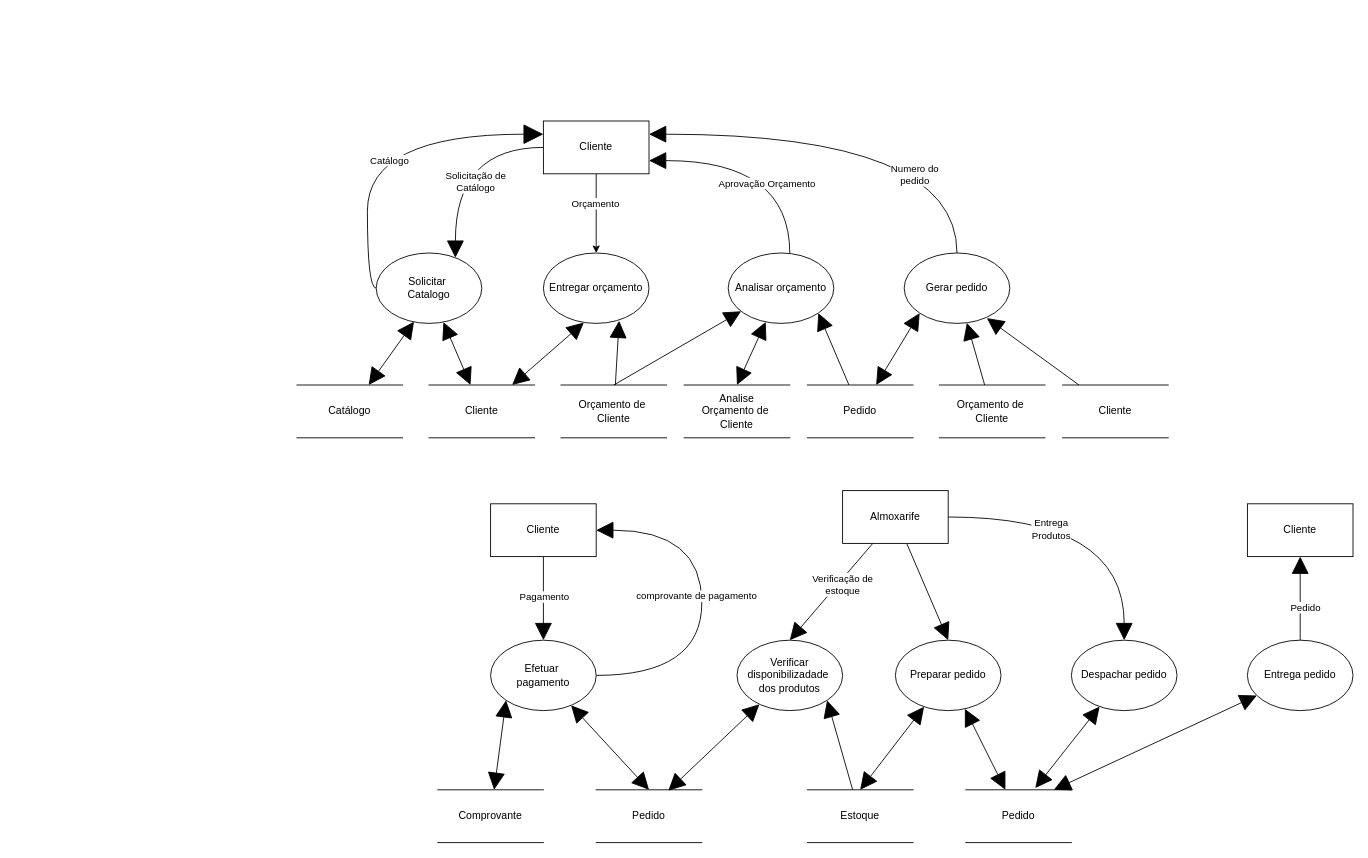
Earlier version of the draw.io diagram Documentation/DFD Essencial para cada Capacidade/DFD Criar Pedido.drawio (Systematicos/FindingApp). Source tidied: cells renumbered, new cells numbered last; positions are measured from the earlier drawing's top-left corner, leaving out a move shared by most shapes. Both pictures are drawn from the tidied source at 88%, with x=0, y=0 at pixel (297, 121).
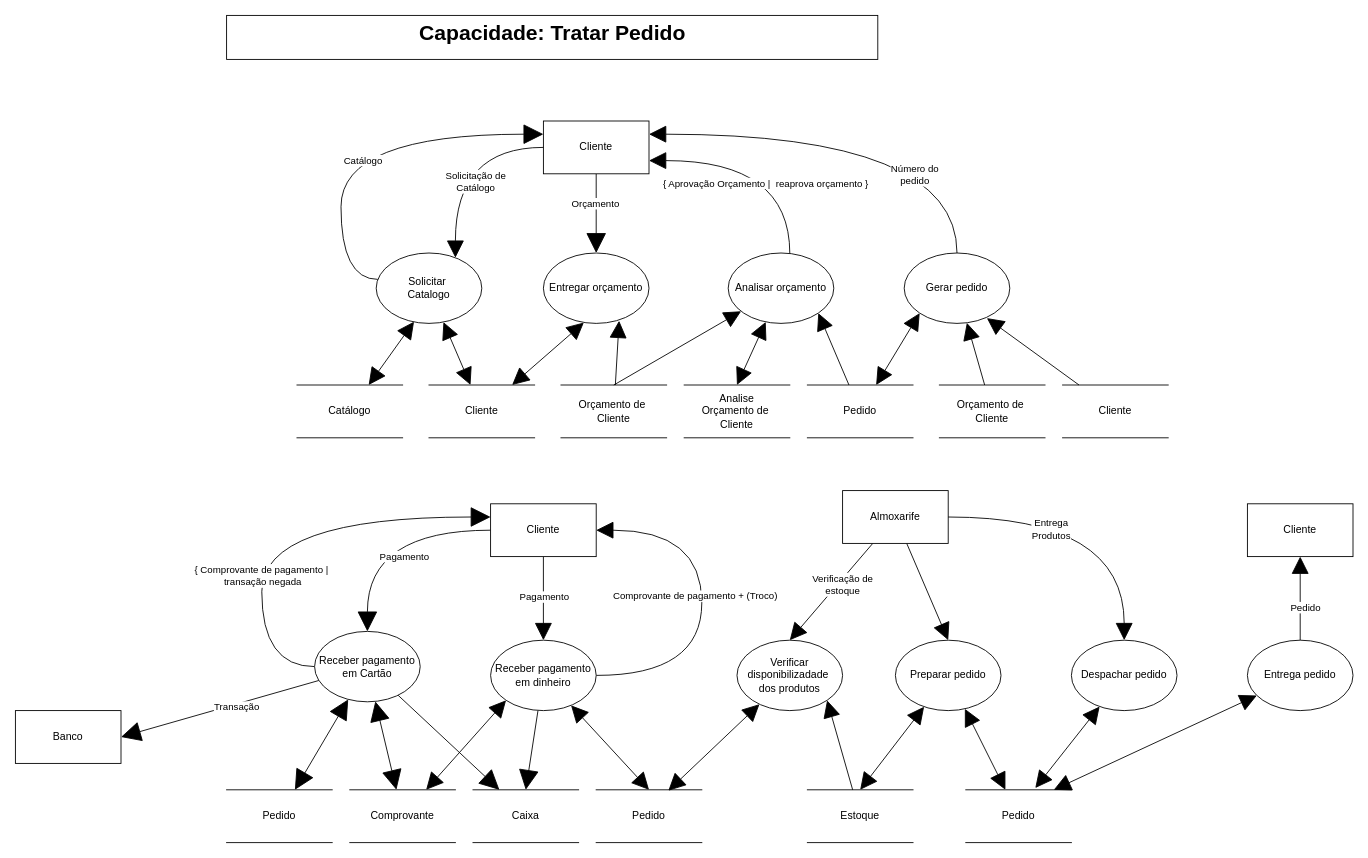
After the change.

The change refers to these unchanged cells:
```xml
<mxCell id="4" value="Cliente" style="rounded=0;whiteSpace=wrap;html=1;" parent="1" vertex="1">
  <mxGeometry x="280" width="120" height="60" as="geometry" />
</mxCell>
<mxCell id="5" value="Entregar orçamento" style="ellipse;whiteSpace=wrap;html=1;" parent="1" vertex="1">
  <mxGeometry x="280" y="150" width="120" height="80" as="geometry" />
</mxCell>
<mxCell id="11" style="edgeStyle=orthogonalEdgeStyle;rounded=0;jettySize=auto;html=1;entryX=1;entryY=0.75;entryDx=0;entryDy=0;startArrow=none;startFill=0;startSize=17;endArrow=block;endFill=1;endSize=17;curved=1;" parent="1" edge="1" source="14" target="4">
  <mxGeometry relative="1" as="geometry">
    <Array as="points">
      <mxPoint x="560" y="45" />
    </Array>
  </mxGeometry>
</mxCell>
<mxCell id="21" value="Solicitar&amp;nbsp;&lt;br&gt;Catalogo" style="ellipse;whiteSpace=wrap;html=1;" parent="1" vertex="1">
  <mxGeometry x="90" y="150" width="120" height="80" as="geometry" />
</mxCell>
<mxCell id="24" style="edgeStyle=orthogonalEdgeStyle;rounded=0;jettySize=auto;html=1;entryX=1;entryY=0.25;entryDx=0;entryDy=0;startArrow=none;startFill=0;startSize=17;endArrow=block;endFill=1;endSize=17;curved=1;" parent="1" edge="1" source="26" target="4">
  <mxGeometry relative="1" as="geometry">
    <Array as="points">
      <mxPoint x="750" y="15" />
    </Array>
  </mxGeometry>
</mxCell>
<mxCell id="33" value="Cliente" style="rounded=0;whiteSpace=wrap;html=1;" parent="1" vertex="1">
  <mxGeometry x="220" y="435" width="120" height="60" as="geometry" />
</mxCell>
<mxCell id="38" style="edgeStyle=orthogonalEdgeStyle;rounded=0;jettySize=auto;html=1;entryX=1;entryY=0.5;entryDx=0;entryDy=0;startArrow=none;startFill=0;startSize=17;endArrow=block;endFill=1;endSize=17;curved=1;" parent="1" edge="1" source="40" target="33">
  <mxGeometry relative="1" as="geometry">
    <Array as="points">
      <mxPoint x="460" y="630" />
      <mxPoint x="460" y="465" />
    </Array>
  </mxGeometry>
</mxCell>
```

Change to the diagram source:
```diff
@@
-    <mxCell id="2" style="edgeStyle=orthogonalEdgeStyle;rounded=0;jettySize=auto;html=1;" parent="1" edge="1" source="4" target="5">
+    <mxCell id="2" style="edgeStyle=orthogonalEdgeStyle;rounded=0;jettySize=auto;html=1;endSize=20;endArrow=block;endFill=1;startSize=20;" parent="1" edge="1" source="4" target="5">
       <mxGeometry relative="1" as="geometry" />
     </mxCell>
@@
-    <mxCell id="12" value="Aprovação Orçamento" style="edgeLabel;html=1;align=center;verticalAlign=middle;" parent="11" vertex="1">
+    <mxCell id="12" value="{ Aprovação Orçamento |&amp;nbsp; reaprova orçamento }&amp;nbsp;" style="edgeLabel;html=1;align=center;verticalAlign=middle;" parent="11" vertex="1">
       <mxGeometry x="-0.4" y="27" relative="1" as="geometry" />
     </mxCell>
@@
     <mxCell id="19" style="edgeStyle=orthogonalEdgeStyle;rounded=0;jettySize=auto;html=1;entryX=0;entryY=0.25;entryDx=0;entryDy=0;startArrow=none;startFill=0;endArrow=block;endFill=1;endSize=20;curved=1;" parent="1" edge="1" source="21" target="4">
       <mxGeometry relative="1" as="geometry">
         <Array as="points">
-          <mxPoint x="80" y="190" />
-          <mxPoint x="80" y="15" />
+          <mxPoint x="50" y="180" />
+          <mxPoint x="50" y="15" />
         </Array>
       </mxGeometry>
     </mxCell>
@@
-    <mxCell id="25" value="Numero do&lt;br&gt;pedido" style="edgeLabel;html=1;align=center;verticalAlign=middle;" parent="24" vertex="1">
+    <mxCell id="25" value="Número do&lt;br&gt;pedido" style="edgeLabel;html=1;align=center;verticalAlign=middle;" parent="24" vertex="1">
       <mxGeometry x="-0.17" y="41" relative="1" as="geometry">
         <mxPoint x="17" y="4" as="offset" />
       </mxGeometry>
     </mxCell>
@@
+    <mxCell id="65" style="edgeStyle=orthogonalEdgeStyle;rounded=0;jettySize=auto;html=1;entryX=0.5;entryY=0;entryDx=0;entryDy=0;startArrow=none;startFill=0;startSize=20;endArrow=block;endFill=1;endSize=20;curved=1;" parent="1" edge="1" source="33" target="78">
+      <mxGeometry relative="1" as="geometry">
+        <Array as="points">
+          <mxPoint x="80" y="465" />
+        </Array>
+      </mxGeometry>
+    </mxCell>
+    <mxCell id="66" value="Pagamento" style="edgeLabel;html=1;align=center;verticalAlign=middle;" parent="65" vertex="1">
+      <mxGeometry x="-0.22" y="29" relative="1" as="geometry" />
+    </mxCell>
@@
-    <mxCell id="39" value="comprovante de pagamento" style="edgeLabel;html=1;align=center;verticalAlign=middle;" parent="38" vertex="1">
+    <mxCell id="39" value="Comprovante de pagamento + (Troco)&amp;nbsp;" style="edgeLabel;html=1;align=center;verticalAlign=middle;" parent="38" vertex="1">
       <mxGeometry x="0.18" y="7" relative="1" as="geometry">
         <mxPoint y="28" as="offset" />
       </mxGeometry>
     </mxCell>
+    <mxCell id="67" style="rounded=0;jettySize=auto;html=1;entryX=0.5;entryY=0;entryDx=0;entryDy=0;startArrow=none;startFill=0;endArrow=block;endFill=1;endSize=20;startSize=20;" parent="1" edge="1" source="40" target="70">
+      <mxGeometry relative="1" as="geometry" />
+    </mxCell>
-    <mxCell id="40" value="Efetuar&amp;nbsp;&lt;br&gt;pagamento" style="ellipse;whiteSpace=wrap;html=1;" parent="1" vertex="1">
+    <mxCell id="40" value="Receber pagamento em dinheiro" style="ellipse;whiteSpace=wrap;html=1;" parent="1" vertex="1">
       <mxGeometry x="220" y="590" width="120" height="80" as="geometry" />
     </mxCell>
@@
     <mxCell id="43" value="Comprovante" style="shape=partialRectangle;whiteSpace=wrap;html=1;left=0;right=0;fillColor=none;" parent="1" vertex="1">
-      <mxGeometry x="160" y="760" width="120" height="60" as="geometry" />
+      <mxGeometry x="60" y="760" width="120" height="60" as="geometry" />
     </mxCell>
@@
+    <mxCell id="68" style="rounded=0;whiteSpace=wrap;html=1;" parent="1" vertex="1">
+      <mxGeometry x="-80" y="-120" width="740" height="50" as="geometry" />
+    </mxCell>
+    <mxCell id="69" value="Capacidade: Tratar Pedido" style="text;strokeColor=none;fillColor=none;html=1;fontSize=24;fontStyle=1;verticalAlign=middle;align=center;" parent="1" vertex="1">
+      <mxGeometry x="-80" y="-120" width="740" height="40" as="geometry" />
+    </mxCell>
+    <mxCell id="70" value="Caixa" style="shape=partialRectangle;whiteSpace=wrap;html=1;left=0;right=0;fillColor=none;" parent="1" vertex="1">
+      <mxGeometry x="200" y="760" width="120" height="60" as="geometry" />
+    </mxCell>
+    <mxCell id="71" style="rounded=0;jettySize=auto;html=1;startArrow=block;startFill=1;startSize=20;endArrow=block;endFill=1;endSize=20;" parent="1" edge="1" source="78" target="43">
+      <mxGeometry relative="1" as="geometry" />
+    </mxCell>
+    <mxCell id="72" style="edgeStyle=none;rounded=0;jettySize=auto;html=1;startArrow=block;startFill=1;startSize=20;endArrow=block;endFill=1;endSize=20;" parent="1" edge="1" source="78" target="79">
+      <mxGeometry relative="1" as="geometry" />
+    </mxCell>
+    <mxCell id="73" style="edgeStyle=orthogonalEdgeStyle;rounded=0;jettySize=auto;html=1;entryX=0;entryY=0.25;entryDx=0;entryDy=0;startArrow=none;startFill=0;startSize=20;endArrow=block;endFill=1;endSize=20;curved=1;" parent="1" edge="1" source="78" target="33">
+      <mxGeometry relative="1" as="geometry">
+        <Array as="points">
+          <mxPoint x="-40" y="620" />
+          <mxPoint x="-40" y="450" />
+        </Array>
+      </mxGeometry>
+    </mxCell>
+    <mxCell id="74" value="{ Comprovante de pagamento |&amp;nbsp;&lt;br&gt;transação negada" style="edgeLabel;html=1;align=center;verticalAlign=middle;" parent="73" vertex="1">
+      <mxGeometry x="-0.33" relative="1" as="geometry" />
+    </mxCell>
+    <mxCell id="75" style="rounded=0;jettySize=auto;html=1;startArrow=none;startFill=0;startSize=20;endArrow=block;endFill=1;endSize=20;entryX=1;entryY=0.5;entryDx=0;entryDy=0;" parent="1" edge="1" source="78" target="80">
+      <mxGeometry relative="1" as="geometry" />
+    </mxCell>
+    <mxCell id="76" value="Transação&amp;nbsp;" style="edgeLabel;html=1;align=center;verticalAlign=middle;" parent="75" vertex="1">
+      <mxGeometry x="-0.16" y="3" relative="1" as="geometry">
+        <mxPoint x="1" as="offset" />
+      </mxGeometry>
+    </mxCell>
+    <mxCell id="77" style="edgeStyle=none;rounded=0;jettySize=auto;html=1;entryX=0.25;entryY=0;entryDx=0;entryDy=0;startArrow=none;startFill=0;startSize=20;endArrow=block;endFill=1;endSize=20;" parent="1" edge="1" source="78" target="70">
+      <mxGeometry relative="1" as="geometry" />
+    </mxCell>
+    <mxCell id="78" value="Receber pagamento em Cartão" style="ellipse;whiteSpace=wrap;html=1;" parent="1" vertex="1">
+      <mxGeometry x="20" y="580" width="120" height="80" as="geometry" />
+    </mxCell>
+    <mxCell id="79" value="Pedido" style="shape=partialRectangle;whiteSpace=wrap;html=1;left=0;right=0;fillColor=none;" parent="1" vertex="1">
+      <mxGeometry x="-80" y="760" width="120" height="60" as="geometry" />
+    </mxCell>
+    <mxCell id="80" value="Banco" style="rounded=0;whiteSpace=wrap;html=1;" parent="1" vertex="1">
+      <mxGeometry x="-320" y="670" width="120" height="60" as="geometry" />
+    </mxCell>
```
